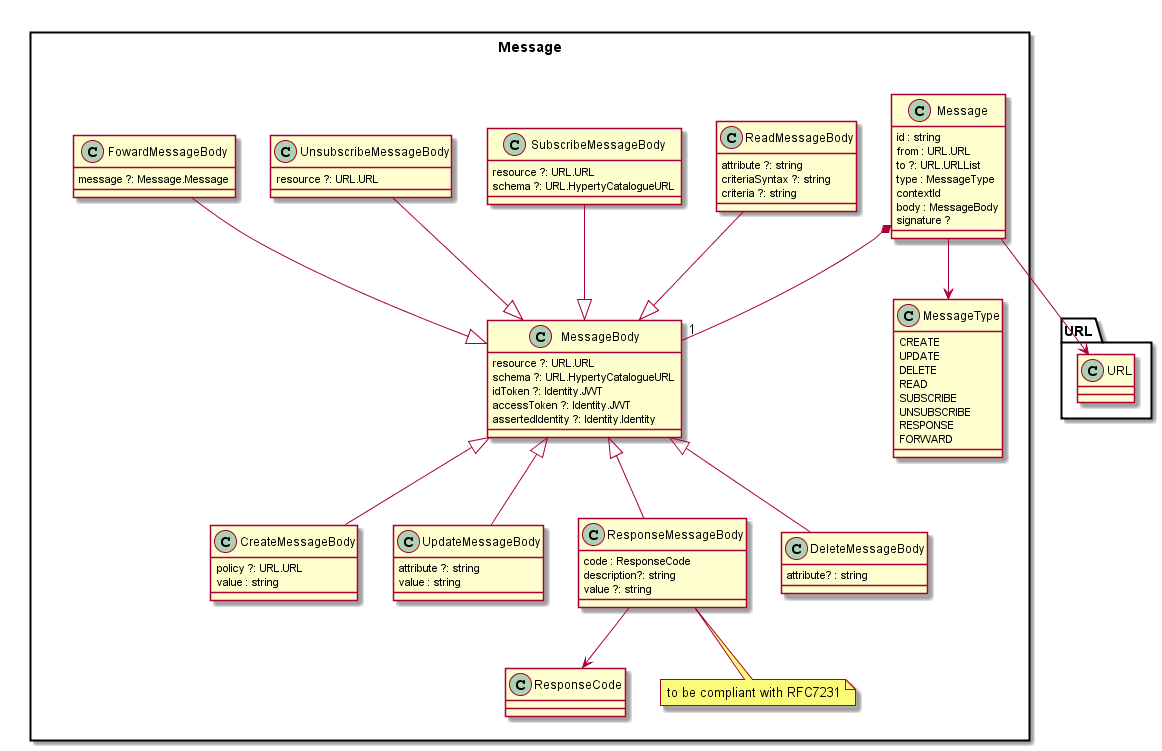
This is docs/datamodel/Message-Data-Model.png from reTHINK-project/dev-service-framework, a PlantUML export, as it was before one commit.
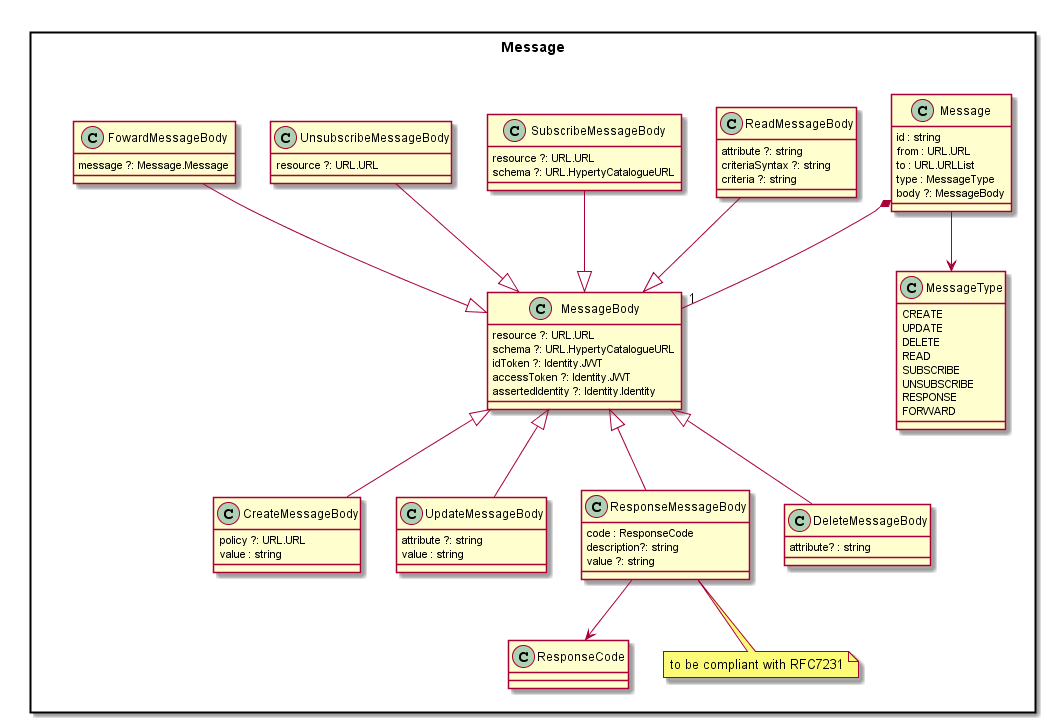
Above is the later version.

Commit message:
Message model corrected

The edit, as a diff of the source:
```diff
@@ -5,11 +5,9 @@
 	class Message {
 		id : string
 		from : URL.URL
-		to ?: URL.URLList
+		to : URL.URLList
 		type : MessageType
-		contextId
-		body : MessageBody
-		signature ?
+		body ?: MessageBody
 	}
 
 	class MessageBody {
@@ -65,18 +63,17 @@
 
 
 	class MessageType {
-	  CREATE
-	  UPDATE
-	  DELETE
-	  READ
-	  SUBSCRIBE
-	  UNSUBSCRIBE
-	  RESPONSE
+	  	CREATE
+	  	UPDATE
+	  	DELETE
+	  	READ
+	  	SUBSCRIBE
+	  	UNSUBSCRIBE
+	  	RESPONSE
 		FORWARD
 	}
 
 	Message --> MessageType
-	Message --> URL.URL
 	Message *-- "1" MessageBody
 
 	CreateMessageBody -up-|> MessageBody
```
